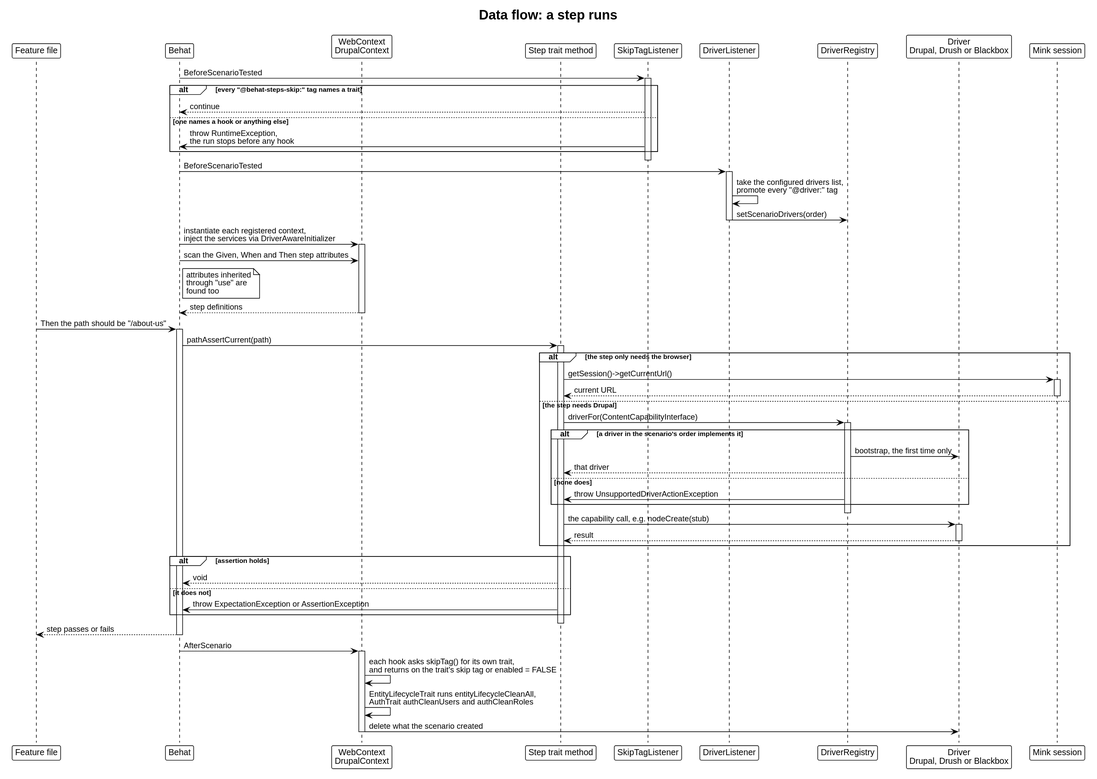
Above: docs/architecture/dataflow-step.svg in drevops/behat-steps (PlantUML), before the change.
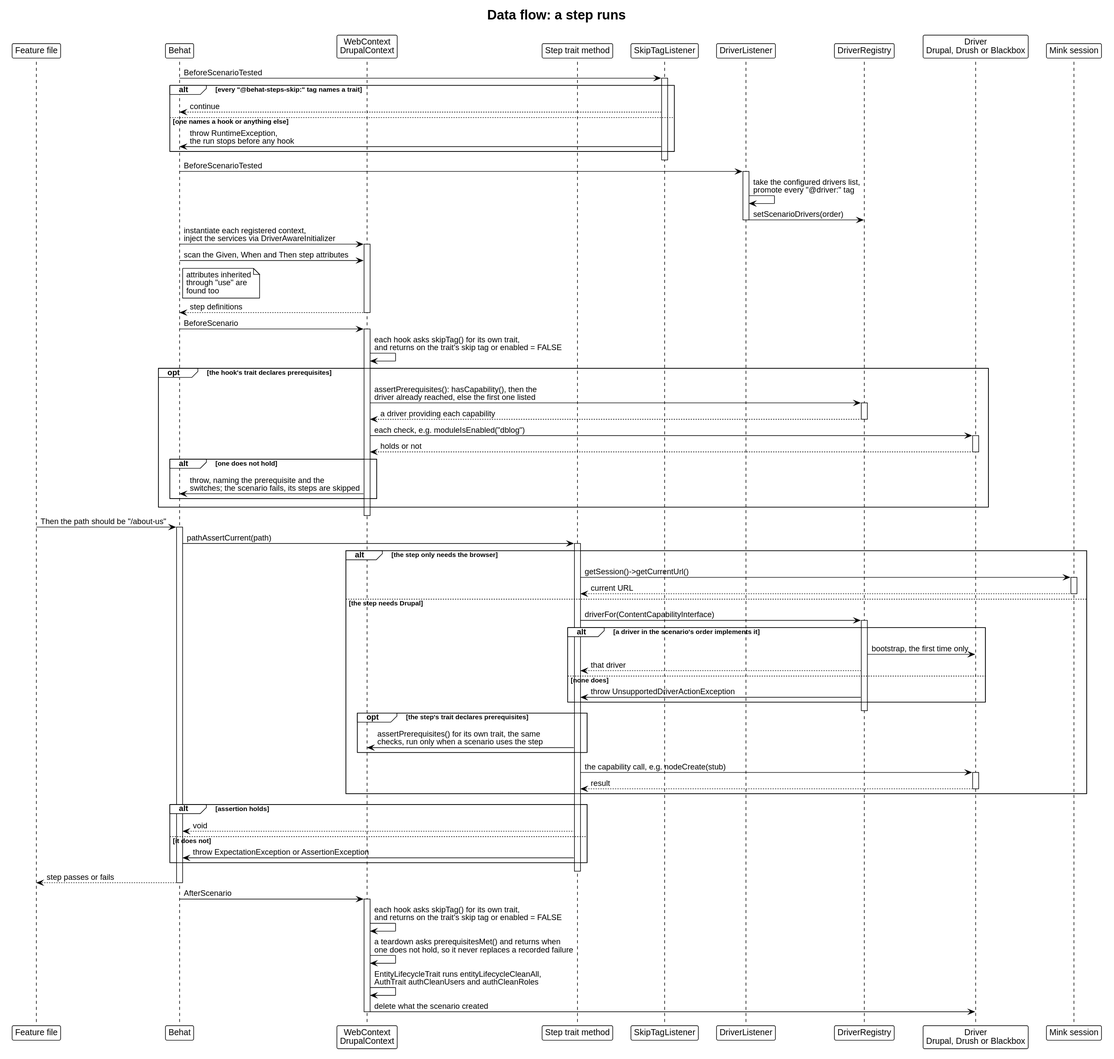
The same diagram one commit later.

Commit message:
[#886] Traced the prerequisite checks into the architecture docs, and fixed the stale host counts and duplicated classes in the context diagram.

What changed in the source:
```diff
@@ -37,6 +37,24 @@
 Ctx --> Behat: step definitions
 deactivate Ctx
 
+Behat -> Ctx: BeforeScenario
+activate Ctx
+Ctx -> Ctx: each hook asks skipTag() for its own trait,\nand returns on the trait's skip tag or enabled = FALSE
+opt the hook's trait declares prerequisites
+  Ctx -> DM: assertPrerequisites(): hasCapability(), then the\ndriver already reached, else the first one listed
+  activate DM
+  DM --> Ctx: a driver providing each capability
+  deactivate DM
+  Ctx -> Driver: each check, e.g. moduleIsEnabled("dblog")
+  activate Driver
+  Driver --> Ctx: holds or not
+  deactivate Driver
+  alt one does not hold
+    Ctx -> Behat: throw, naming the prerequisite and the\nswitches; the scenario fails, its steps are skipped
+  end
+end
+deactivate Ctx
+
 Feature -> Behat: Then the path should be "/about-us"
 activate Behat
 Behat -> Trait: pathAssertCurrent(path)
@@ -57,6 +75,9 @@
     DM -> Trait: throw UnsupportedDriverActionException
   end
   deactivate DM
+  opt the step's trait declares prerequisites
+    Trait -> Ctx: assertPrerequisites() for its own trait, the same\nchecks, run only when a scenario uses the step
+  end
   Trait -> Driver: the capability call, e.g. nodeCreate(stub)
   activate Driver
   Driver --> Trait: result
@@ -76,6 +97,7 @@
 Behat -> Ctx: AfterScenario
 activate Ctx
 Ctx -> Ctx: each hook asks skipTag() for its own trait,\nand returns on the trait's skip tag or enabled = FALSE
+Ctx -> Ctx: a teardown asks prerequisitesMet() and returns when\none does not hold, so it never replaces a recorded failure
 Ctx -> Ctx: EntityLifecycleTrait runs entityLifecycleCleanAll,\nAuthTrait authCleanUsers and authCleanRoles
 Ctx -> Driver: delete what the scenario created
 deactivate Ctx
```
